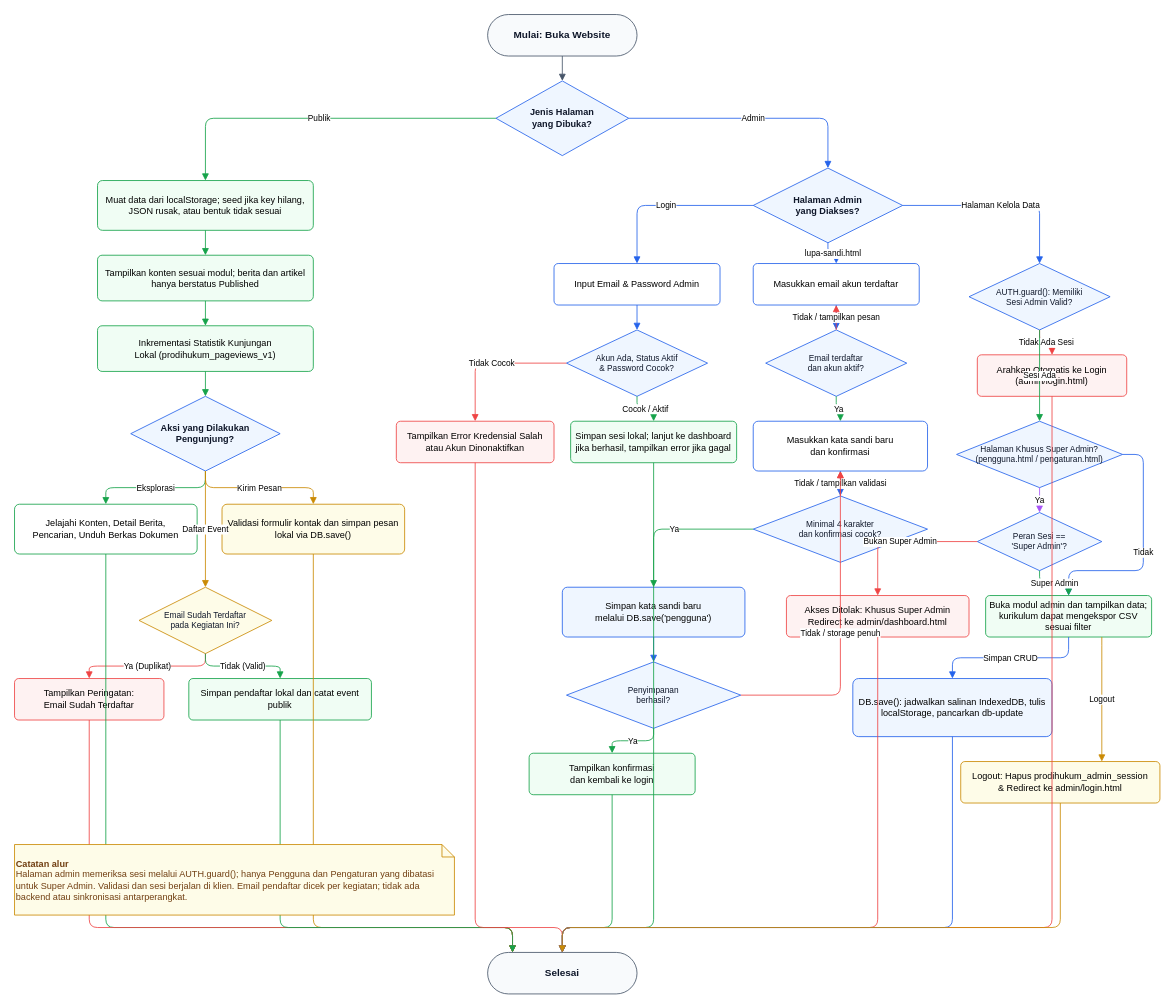
The draw.io diagram assets/docs/diagrams/drawio/flowchart-sistem.drawio.xml in ipo-rk/Perancangan-Dan-Pengembangan-website-profil-UMP-, before the edit. Source tidied: cells renumbered, new cells numbered last; positions are measured from the earlier drawing's top-left corner, leaving out a move shared by most shapes. Both pictures are drawn from the tidied source at 83%, with x=0, y=0 at pixel (14, 14).
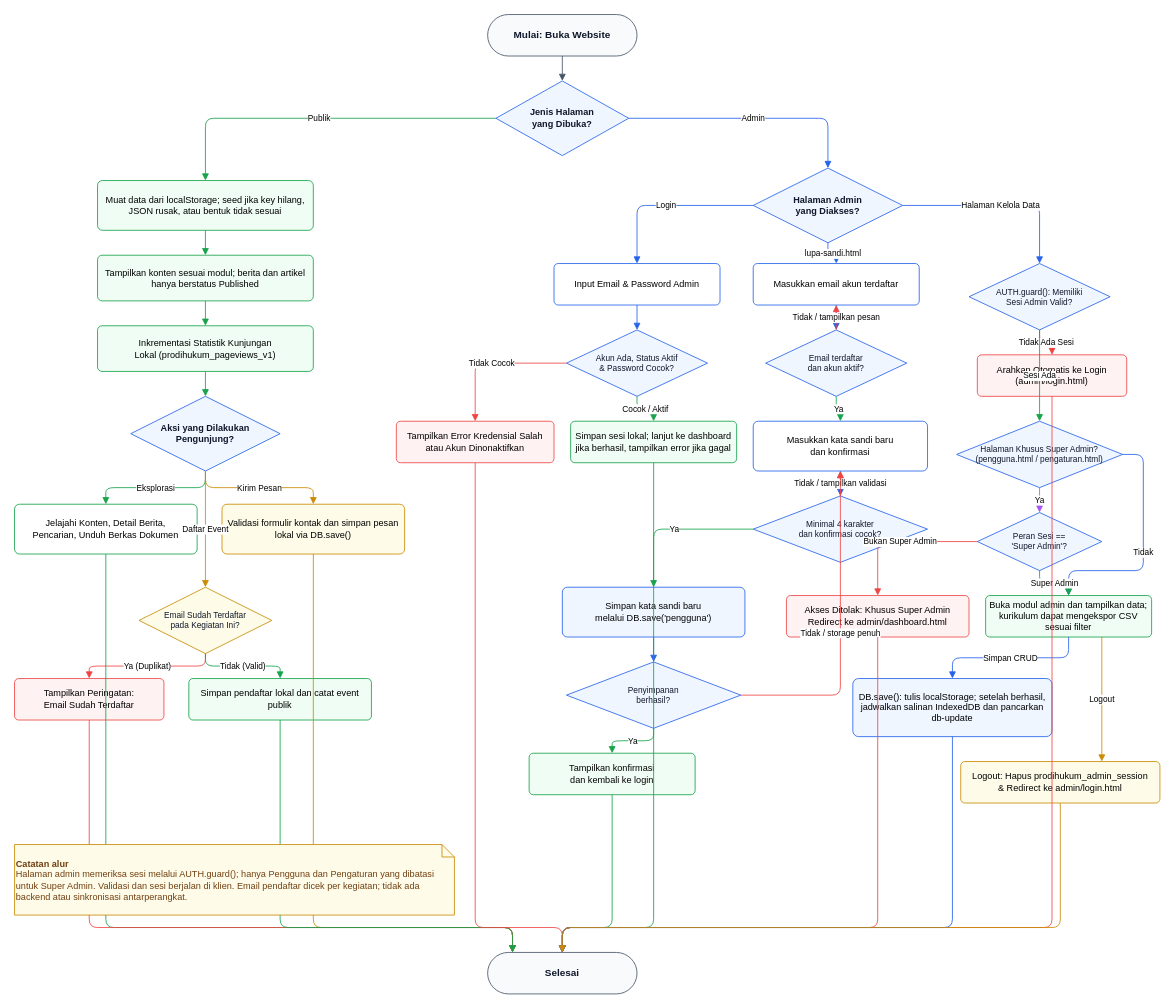
Above is the later version.

What changed in the source:
```diff
@@
-    <mxCell id="32" value="DB.save(): jadwalkan salinan IndexedDB, tulis localStorage, pancarkan db-update" style="rounded=1;arcSize=10;whiteSpace=wrap;html=1;fillColor=#eff6ff;strokeColor=#2563eb;fontSize=11;fontFamily=Arial;" parent="1" vertex="1">
+    <mxCell id="32" value="DB.save(): tulis localStorage; setelah berhasil, jadwalkan salinan IndexedDB dan pancarkan db-update" style="rounded=1;arcSize=10;whiteSpace=wrap;html=1;fillColor=#eff6ff;strokeColor=#2563eb;fontSize=11;fontFamily=Arial;" parent="1" vertex="1">
       <mxGeometry x="1010" y="800" width="240" height="70" as="geometry" />
     </mxCell>
```
